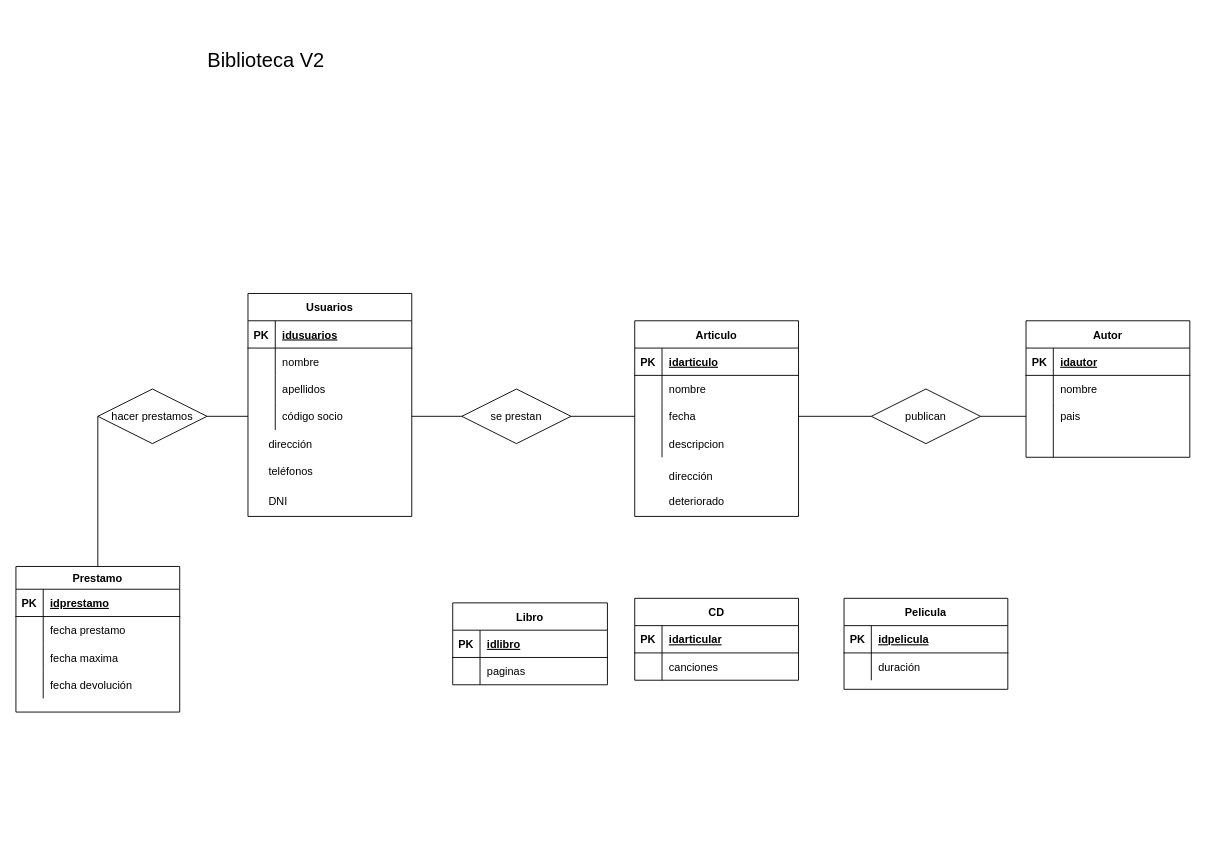
The draw.io diagram page "Biblioteca v2" (5 of 18) of Ejercicio3.drawio.xml in IzanDuesoLopez/TA12-Diagramas-ER, before the edit. Source tidied: cells renumbered, new cells numbered last; positions are measured from the earlier drawing's top-left corner, leaving out a move shared by most shapes. Both pictures are drawn from the tidied source at 91%, with x=0, y=0 at pixel (15, 15).
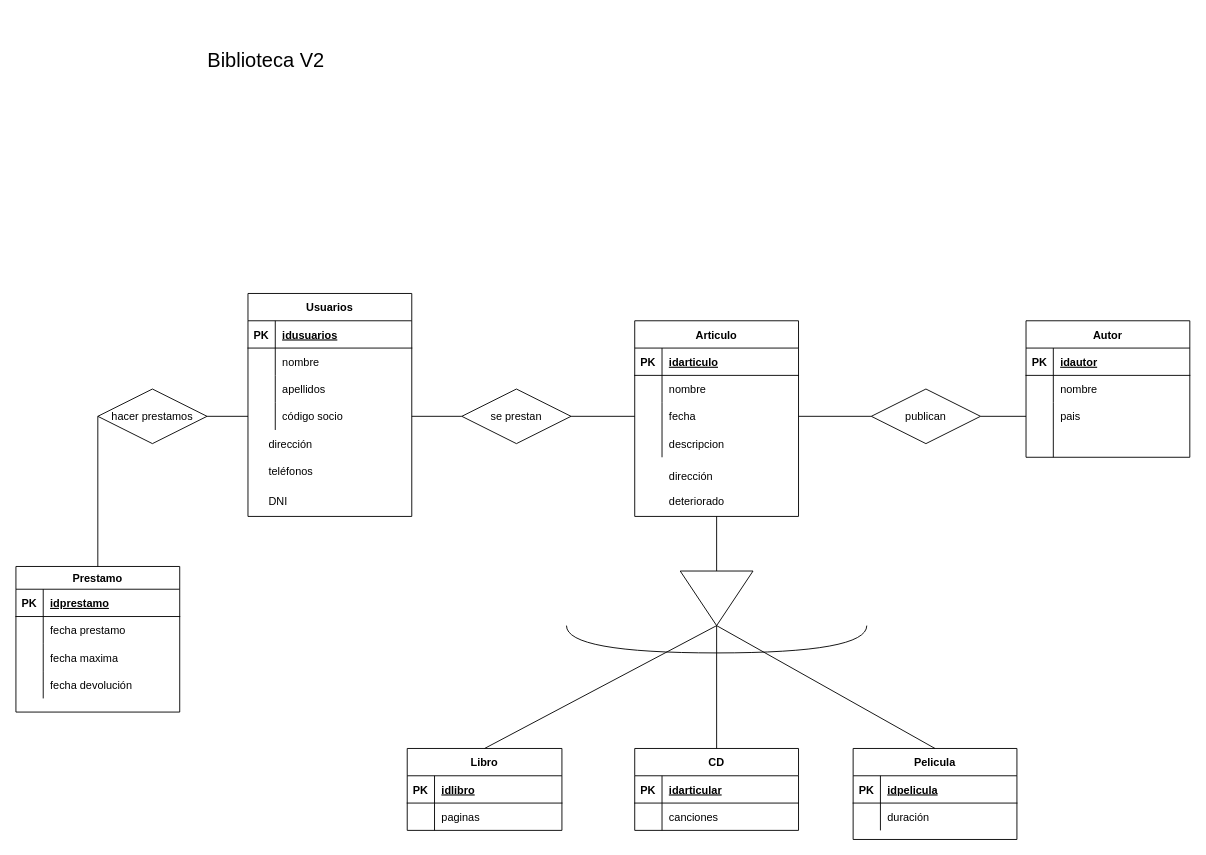
The same page after the edit.

Unchanged cells that the change refers to:
```xml
<mxCell id="36" value="Articulo" style="shape=table;startSize=30;childLayout=tableLayout;rowLines=0;fontStyle=1;align=center;" parent="1" vertex="1">
  <mxGeometry x="680" y="335" width="180" height="215" as="geometry" />
</mxCell>
```

What changed in the source:
```diff
@@
-    <mxCell id="52" style="shape=tableRow;horizontal=0;startSize=0;swimlaneHead=0;swimlaneBody=0;fillColor=none;top=0;left=0;right=0;bottom=0;" parent="1" vertex="1">
-      <mxGeometry x="620" y="540" width="180" height="30" as="geometry" />
-    </mxCell>
-    <mxCell id="53" style="shape=partialRectangle;fillColor=none;top=0;left=0;bottom=0;right=0;overflow=hidden;" parent="52" vertex="1">
-      <mxGeometry width="30" height="30" as="geometry" />
-    </mxCell>
-    <mxCell id="54" style="shape=partialRectangle;fillColor=none;top=0;left=0;bottom=0;right=0;align=left;spacingLeft=6;overflow=hidden;" parent="52" vertex="1">
-      <mxGeometry x="30" width="150" height="30" as="geometry" />
-    </mxCell>
@@
     <mxCell id="68" value="Libro" style="shape=table;startSize=30;childLayout=tableLayout;rowLines=0;fontStyle=1;align=center;" parent="1" vertex="1">
-      <mxGeometry x="480" y="645" width="170" height="90" as="geometry" />
+      <mxGeometry x="430" y="805" width="170" height="90" as="geometry" />
     </mxCell>
@@
     <mxCell id="75" value="CD" style="shape=table;startSize=30;childLayout=tableLayout;rowLines=0;fontStyle=1;align=center;" parent="1" vertex="1">
-      <mxGeometry x="680" y="640" width="180" height="90" as="geometry" />
+      <mxGeometry x="680" y="805" width="180" height="90" as="geometry" />
     </mxCell>
@@
     <mxCell id="82" value="Pelicula" style="shape=table;startSize=30;childLayout=tableLayout;rowLines=0;fontStyle=1;align=center;" parent="1" vertex="1">
-      <mxGeometry x="910" y="640" width="180" height="100" as="geometry" />
+      <mxGeometry x="920" y="805" width="180" height="100" as="geometry" />
     </mxCell>
@@
+    <mxCell id="101" style="shape=requiredInterface;html=1;verticalLabelPosition=bottom;sketch=0;direction=south;" parent="1" vertex="1">
+      <mxGeometry x="605" y="670" width="330" height="30" as="geometry" />
+    </mxCell>
+    <mxCell id="102" style="triangle;whiteSpace=wrap;html=1;direction=south;" parent="1" vertex="1">
+      <mxGeometry x="730" y="610" width="80" height="60" as="geometry" />
+    </mxCell>
+    <mxCell id="103" style="endArrow=none;html=1;rounded=0;exitX=1;exitY=0.5;exitDx=0;exitDy=0;entryX=0.5;entryY=0;entryDx=0;entryDy=0;" parent="1" edge="1" source="102" target="68">
+      <mxGeometry relative="1" as="geometry" />
+    </mxCell>
+    <mxCell id="104" style="endArrow=none;html=1;rounded=0;exitX=0;exitY=0.5;exitDx=0;exitDy=0;exitPerimeter=0;entryX=0.5;entryY=0;entryDx=0;entryDy=0;" parent="1" edge="1" source="101" target="75">
+      <mxGeometry relative="1" as="geometry" />
+    </mxCell>
+    <mxCell id="105" style="endArrow=none;html=1;rounded=0;exitX=1;exitY=0.5;exitDx=0;exitDy=0;entryX=0.5;entryY=0;entryDx=0;entryDy=0;" parent="1" edge="1" source="102" target="82">
+      <mxGeometry relative="1" as="geometry" />
+    </mxCell>
+    <mxCell id="106" style="endArrow=none;html=1;rounded=0;exitX=0.5;exitY=1;exitDx=0;exitDy=0;entryX=0;entryY=0.5;entryDx=0;entryDy=0;" parent="1" edge="1" source="36" target="102">
+      <mxGeometry relative="1" as="geometry" />
+    </mxCell>
```
